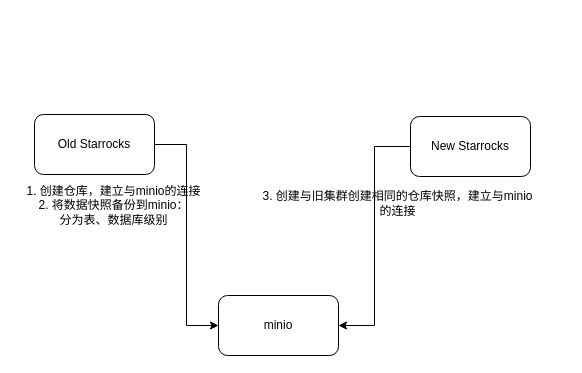
The draw.io diagram Starrocks数据迁移到新集群.drawio in david-gao1/diagrams, before the edit. Source tidied: cells renumbered, new cells numbered last; positions are measured from the earlier drawing's top-left corner, leaving out a move shared by most shapes. Both pictures are drawn from the tidied source at 100%, with x=0, y=0 at pixel (17, 114).
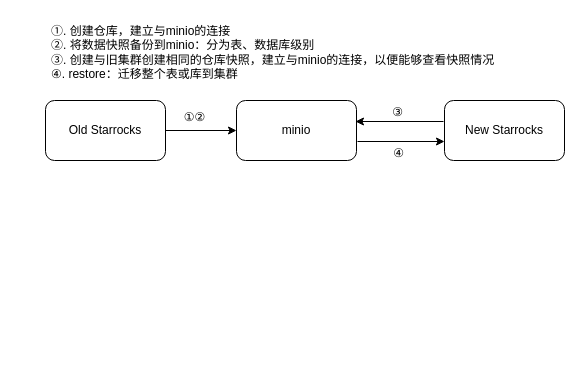
After the change.

Commit message (it also covers changes not shown here):
更新Starrocks数据迁移到新集群.drawio

What changed in the source:
```diff
@@
 <mxGraphModel>
   <root>
     <mxCell id="0" />
     <mxCell id="1" parent="0" />
     <mxCell id="2" style="edgeStyle=orthogonalEdgeStyle;rounded=0;jettySize=auto;html=1;entryX=0;entryY=0.5;entryDx=0;entryDy=0;" parent="1" edge="1" source="3" target="6">
       <mxGeometry relative="1" as="geometry" />
     </mxCell>
     <mxCell id="3" value="Old Starrocks" style="rounded=1;whiteSpace=wrap;html=1;" parent="1" vertex="1">
-      <mxGeometry x="17" width="120" height="60" as="geometry" />
+      <mxGeometry x="28" y="-14" width="120" height="60" as="geometry" />
     </mxCell>
-    <mxCell id="4" style="edgeStyle=orthogonalEdgeStyle;rounded=0;jettySize=auto;html=1;entryX=1;entryY=0.5;entryDx=0;entryDy=0;" parent="1" edge="1" source="5" target="6">
-      <mxGeometry relative="1" as="geometry" />
+    <mxCell id="4" style="edgeStyle=orthogonalEdgeStyle;rounded=0;orthogonalLoop=1;jettySize=auto;html=1;entryX=1;entryY=0.5;entryDx=0;entryDy=0;" parent="1" edge="1">
+      <mxGeometry relative="1" as="geometry">
+        <mxPoint x="426" y="7" as="sourcePoint" />
+        <mxPoint x="338" y="7" as="targetPoint" />
+      </mxGeometry>
     </mxCell>
     <mxCell id="5" value="New Starrocks" style="rounded=1;whiteSpace=wrap;html=1;" parent="1" vertex="1">
-      <mxGeometry x="393" y="2" width="120" height="60" as="geometry" />
+      <mxGeometry x="427" y="-14" width="120" height="60" as="geometry" />
     </mxCell>
     <mxCell id="6" value="minio" style="rounded=1;whiteSpace=wrap;html=1;" parent="1" vertex="1">
-      <mxGeometry x="201" y="181" width="120" height="60" as="geometry" />
+      <mxGeometry x="219" y="-14" width="120" height="60" as="geometry" />
     </mxCell>
-    <mxCell id="7" value="1. 创建仓库，建立与minio的连接&lt;br&gt;2. 将数据快照备份到minio：&lt;br&gt;分为表、数据库级别" style="text;html=1;align=center;verticalAlign=middle;strokeColor=none;fillColor=none;" parent="1" vertex="1">
-      <mxGeometry y="63" width="192" height="55" as="geometry" />
+    <mxCell id="7" value="①. 创建仓库，建立与minio的连接&lt;br&gt;②. 将数据快照备份到minio：分为表、数据库级别&lt;br&gt;③. 创建与旧集群创建相同的仓库快照，建立与minio的连接，以便能够查看快照情况&lt;br style=&quot;border-color: var(--border-color);&quot;&gt;④. restore：迁移整个表或库到集群" style="text;html=1;align=left;verticalAlign=middle;strokeColor=none;fillColor=none;" parent="1" vertex="1">
+      <mxGeometry x="32" y="-97" width="461" height="70" as="geometry" />
     </mxCell>
-    <mxCell id="8" value="3. 创建与旧集群创建相同的仓库快照，建立与minio&lt;br&gt;的连接" style="text;html=1;align=center;verticalAlign=middle;strokeColor=none;fillColor=none;" parent="1" vertex="1">
-      <mxGeometry x="236" y="68" width="288" height="41" as="geometry" />
-    </mxCell>
+    <mxCell id="9" value="①②" style="text;html=1;align=center;verticalAlign=middle;strokeColor=none;fillColor=none;" parent="1" vertex="1">
+      <mxGeometry x="156" y="-10" width="42" height="26" as="geometry" />
+    </mxCell>
+    <mxCell id="10" style="endArrow=classic;html=1;rounded=0;entryX=0;entryY=0.25;entryDx=0;entryDy=0;" parent="1" edge="1">
+      <mxGeometry relative="1" as="geometry">
+        <mxPoint x="340" y="27" as="sourcePoint" />
+        <mxPoint x="427" y="27" as="targetPoint" />
+      </mxGeometry>
+    </mxCell>
+    <mxCell id="11" value="③" style="text;html=1;align=center;verticalAlign=middle;strokeColor=none;fillColor=none;" parent="1" vertex="1">
+      <mxGeometry x="365" y="-15" width="30" height="26" as="geometry" />
+    </mxCell>
+    <mxCell id="12" value="④" style="text;html=1;align=center;verticalAlign=middle;strokeColor=none;fillColor=none;" parent="1" vertex="1">
+      <mxGeometry x="366" y="26" width="30" height="26" as="geometry" />
+    </mxCell>
   </root>
 </mxGraphModel>
```
